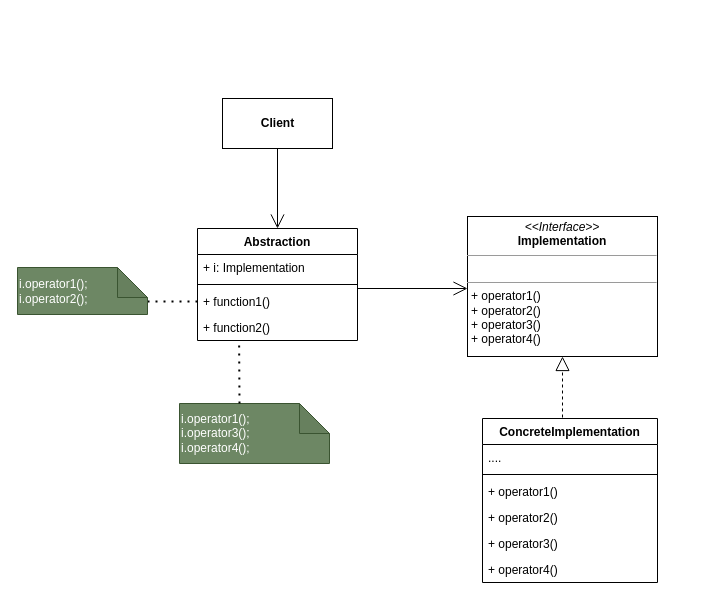
Before: 桥接模式.drawio in HsoulLink/designpattern_pic, a draw.io diagram. Source tidied: cells renumbered, new cells numbered last; positions are measured from the earlier drawing's top-left corner, leaving out a move shared by most shapes. Both pictures are drawn from the tidied source at 100%, with x=0, y=0 at pixel (17, 98).
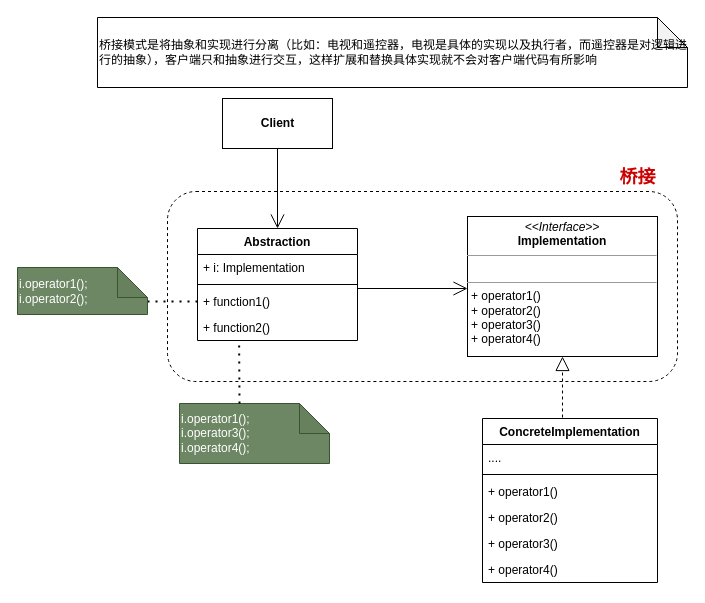
After the change.

Commit message (it also covers changes not shown here):
更新桥接模式.drawio

Change to the diagram source:
```diff
@@
+    <mxCell id="23" value="桥接模式是将抽象和实现进行分离（比如：电视和遥控器，电视是具体的实现以及执行者，而遥控器是对逻辑进行的抽象），客户端只和抽象进行交互，这样扩展和替换具体实现就不会对客户端代码有所影响" style="shape=note;whiteSpace=wrap;html=1;backgroundOutline=1;darkOpacity=0.05;align=left;" parent="1" vertex="1">
+      <mxGeometry x="80" y="-81" width="590" height="70" as="geometry" />
+    </mxCell>
+    <mxCell id="24" style="rounded=1;whiteSpace=wrap;html=1;fillColor=none;dashed=1;align=left;" parent="1" vertex="1">
+      <mxGeometry x="150" y="93" width="510" height="190" as="geometry" />
+    </mxCell>
+    <mxCell id="25" value="&lt;font color=&quot;#cc0000&quot; style=&quot;font-size: 18px;&quot;&gt;桥接&lt;/font&gt;" style="text;html=1;align=center;verticalAlign=middle;strokeColor=none;fillColor=none;fontStyle=1;fontSize=18;" parent="1" vertex="1">
+      <mxGeometry x="590" y="59" width="60" height="40" as="geometry" />
+    </mxCell>
```
